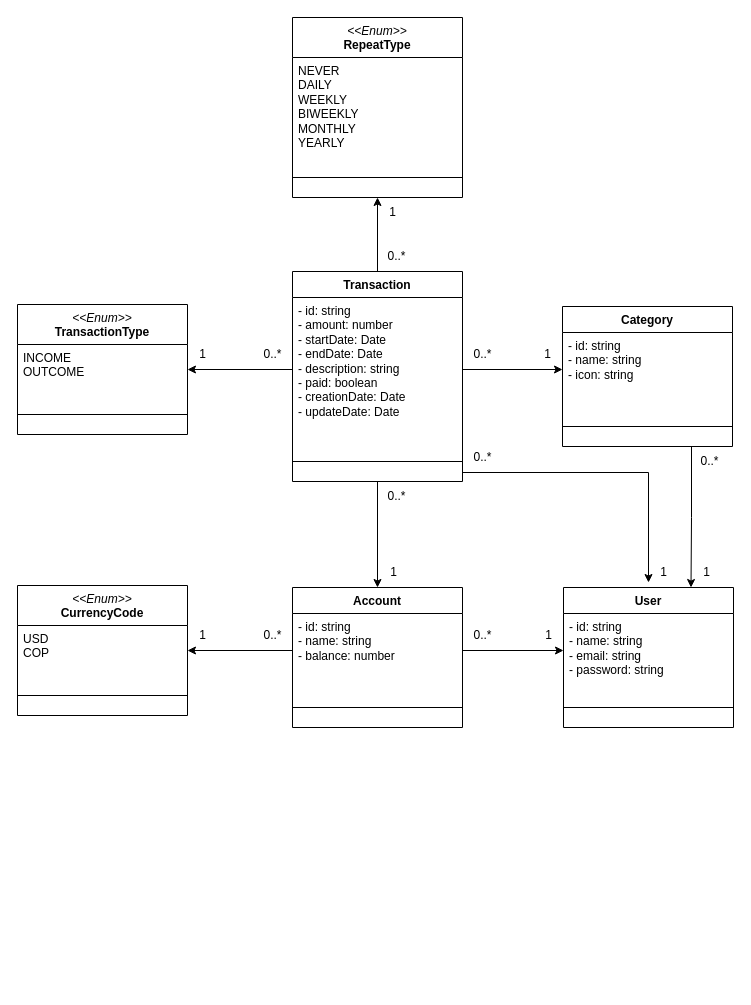
acastillo9/budget-api keeps this draw.io diagram as docs/budget.drawio. Above is the earlier version. Source tidied: cells renumbered, new cells numbered last; positions are measured from the earlier drawing's top-left corner, leaving out a move shared by most shapes. Both pictures are drawn from the tidied source at 100%, with x=0, y=0 at pixel (17, 17).
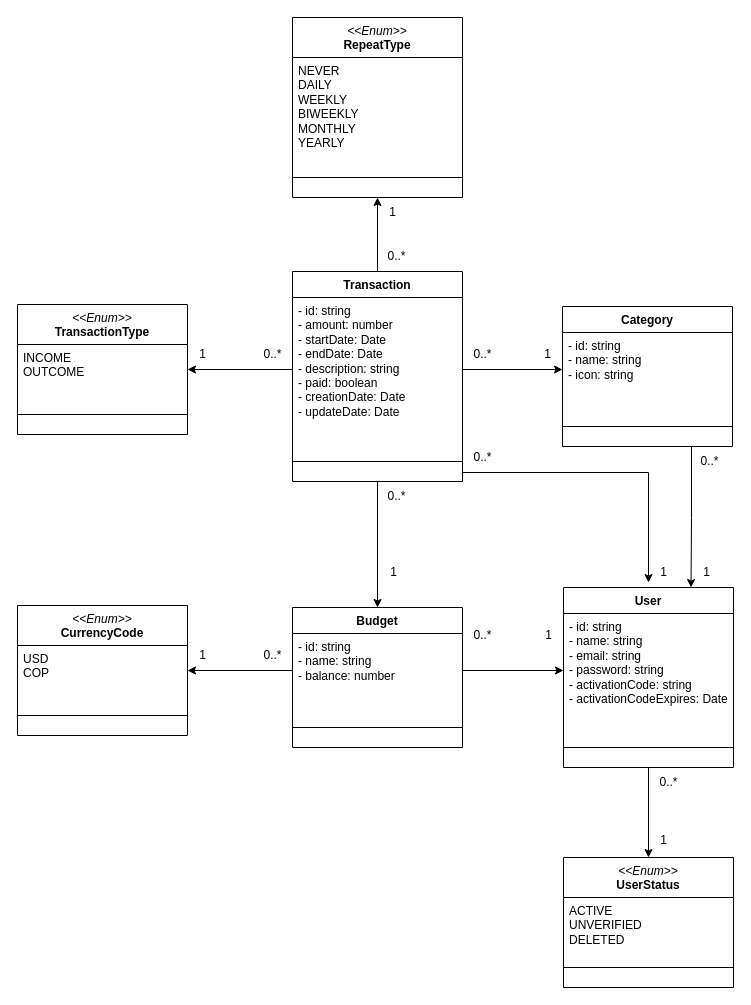
The same diagram, later.

The edit, as a diff of the source:
```diff
@@
     <mxCell id="26" value="&lt;div&gt;&lt;i style=&quot;font-weight: 400;&quot;&gt;&amp;lt;&amp;lt;Enum&amp;gt;&amp;gt;&lt;/i&gt;&lt;br&gt;&lt;/div&gt;CurrencyCode" style="swimlane;fontStyle=1;align=center;verticalAlign=top;horizontal=1;startSize=40;whiteSpace=wrap;html=1;" parent="1" vertex="1">
-      <mxGeometry y="568" width="170" height="130" as="geometry" />
+      <mxGeometry y="588" width="170" height="130" as="geometry" />
     </mxCell>
@@
     <mxCell id="29" value="1" style="text;html=1;align=center;verticalAlign=middle;strokeColor=none;fillColor=none;" parent="1" vertex="1">
-      <mxGeometry x="170" y="603" width="30" height="30" as="geometry" />
+      <mxGeometry x="170" y="623" width="30" height="30" as="geometry" />
     </mxCell>
     <mxCell id="30" value="0..*" style="text;html=1;align=center;verticalAlign=middle;strokeColor=none;fillColor=none;" parent="1" vertex="1">
-      <mxGeometry x="235" y="603" width="40" height="30" as="geometry" />
+      <mxGeometry x="235" y="623" width="40" height="30" as="geometry" />
     </mxCell>
-    <mxCell id="31" value="Account" style="swimlane;fontStyle=1;align=center;verticalAlign=top;horizontal=1;startSize=26;whiteSpace=wrap;html=1;" parent="1" vertex="1">
-      <mxGeometry x="275" y="570" width="170" height="140" as="geometry" />
+    <mxCell id="31" value="Budget" style="swimlane;fontStyle=1;align=center;verticalAlign=top;horizontal=1;startSize=26;whiteSpace=wrap;html=1;" parent="1" vertex="1">
+      <mxGeometry x="275" y="590" width="170" height="140" as="geometry" />
     </mxCell>
@@
+    <mxCell id="47" style="edgeStyle=orthogonalEdgeStyle;rounded=0;jettySize=auto;html=1;entryX=0.5;entryY=0;entryDx=0;entryDy=0;" parent="1" edge="1" source="35" target="48">
+      <mxGeometry relative="1" as="geometry" />
+    </mxCell>
     <mxCell id="35" value="User" style="swimlane;fontStyle=1;align=center;verticalAlign=top;horizontal=1;startSize=26;whiteSpace=wrap;html=1;" parent="1" vertex="1">
-      <mxGeometry x="546" y="570" width="170" height="140" as="geometry" />
+      <mxGeometry x="546" y="570" width="170" height="180" as="geometry" />
     </mxCell>
-    <mxCell id="36" value="- id: string&lt;div&gt;- name: string&lt;br&gt;&lt;div&gt;- email: string&lt;/div&gt;&lt;div&gt;- password: string&lt;/div&gt;&lt;/div&gt;" style="text;strokeColor=none;fillColor=none;align=left;verticalAlign=top;spacingLeft=4;spacingRight=4;overflow=hidden;points=[[0,0.5],[1,0.5]];portConstraint=eastwest;whiteSpace=wrap;html=1;" parent="35" vertex="1">
-      <mxGeometry y="26" width="170" height="74" as="geometry" />
+    <mxCell id="36" value="- id: string&lt;div&gt;- name: string&lt;br&gt;&lt;div&gt;- email: string&lt;/div&gt;&lt;div&gt;- password: string&lt;/div&gt;&lt;/div&gt;&lt;div&gt;- activationCode: string&lt;/div&gt;&lt;div&gt;- activationCodeExpires: Date&lt;/div&gt;" style="text;strokeColor=none;fillColor=none;align=left;verticalAlign=top;spacingLeft=4;spacingRight=4;overflow=hidden;points=[[0,0.5],[1,0.5]];portConstraint=eastwest;whiteSpace=wrap;html=1;" parent="35" vertex="1">
+      <mxGeometry y="26" width="170" height="114" as="geometry" />
     </mxCell>
     <mxCell id="37" style="line;strokeWidth=1;fillColor=none;align=left;verticalAlign=middle;spacingTop=-1;spacingLeft=3;spacingRight=3;labelPosition=right;strokeColor=inherit;" parent="35" vertex="1">
-      <mxGeometry y="100" width="170" height="40" as="geometry" />
+      <mxGeometry y="140" width="170" height="40" as="geometry" />
     </mxCell>
@@
+    <mxCell id="48" value="&lt;div&gt;&lt;i style=&quot;font-weight: 400;&quot;&gt;&amp;lt;&amp;lt;Enum&amp;gt;&amp;gt;&lt;/i&gt;&lt;br&gt;&lt;/div&gt;UserStatus" style="swimlane;fontStyle=1;align=center;verticalAlign=top;horizontal=1;startSize=40;whiteSpace=wrap;html=1;" parent="1" vertex="1">
+      <mxGeometry x="546" y="840" width="170" height="130" as="geometry" />
+    </mxCell>
+    <mxCell id="49" value="&lt;div&gt;ACTIVE&lt;/div&gt;&lt;div&gt;UNVERIFIED&lt;/div&gt;&lt;div&gt;DELETED&lt;/div&gt;" style="text;strokeColor=none;fillColor=none;align=left;verticalAlign=top;spacingLeft=4;spacingRight=4;overflow=hidden;whiteSpace=wrap;html=1;" parent="48" vertex="1">
+      <mxGeometry y="40" width="170" height="50" as="geometry" />
+    </mxCell>
+    <mxCell id="50" style="line;strokeWidth=1;fillColor=none;align=left;verticalAlign=middle;spacingTop=-1;spacingLeft=3;spacingRight=3;labelPosition=right;strokeColor=inherit;" parent="48" vertex="1">
+      <mxGeometry y="90" width="170" height="40" as="geometry" />
+    </mxCell>
+    <mxCell id="51" value="0..*" style="text;html=1;align=center;verticalAlign=middle;strokeColor=none;fillColor=none;" parent="1" vertex="1">
+      <mxGeometry x="631" y="750" width="40" height="30" as="geometry" />
+    </mxCell>
+    <mxCell id="52" value="1" style="text;html=1;align=center;verticalAlign=middle;strokeColor=none;fillColor=none;" parent="1" vertex="1">
+      <mxGeometry x="631" y="808" width="30" height="30" as="geometry" />
+    </mxCell>
```
